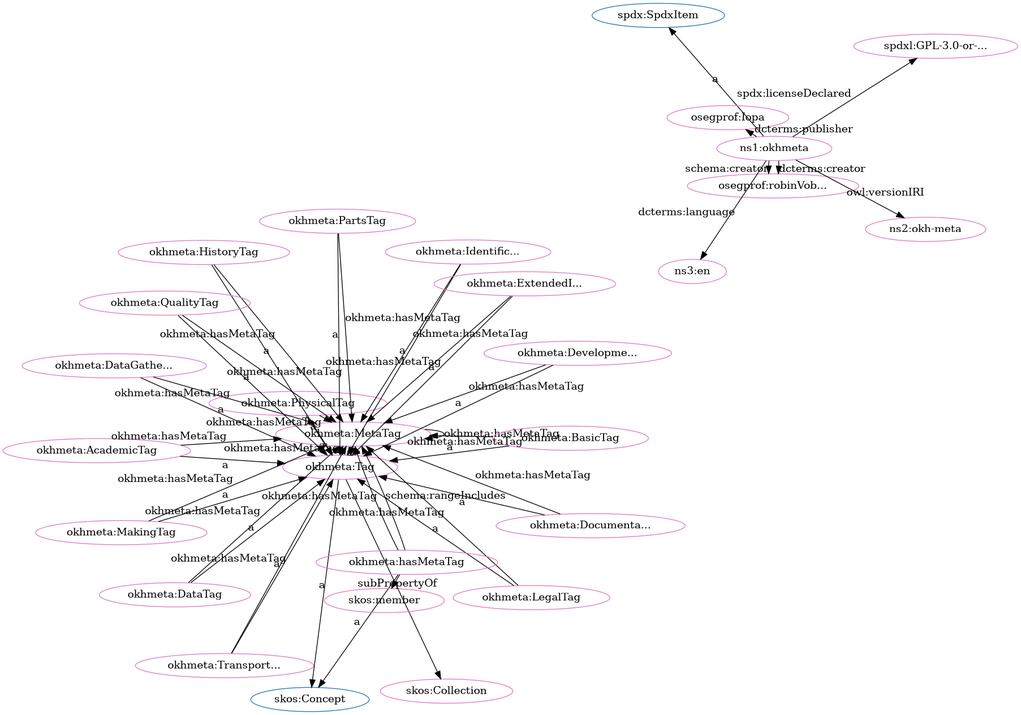
Above: src/spec/dot_okh-meta-clean.png in iop-alliance/OpenKnowHow (Graphviz), before the change. Its source is kept beside it as src/spec/dot_okh-meta-clean.dot.
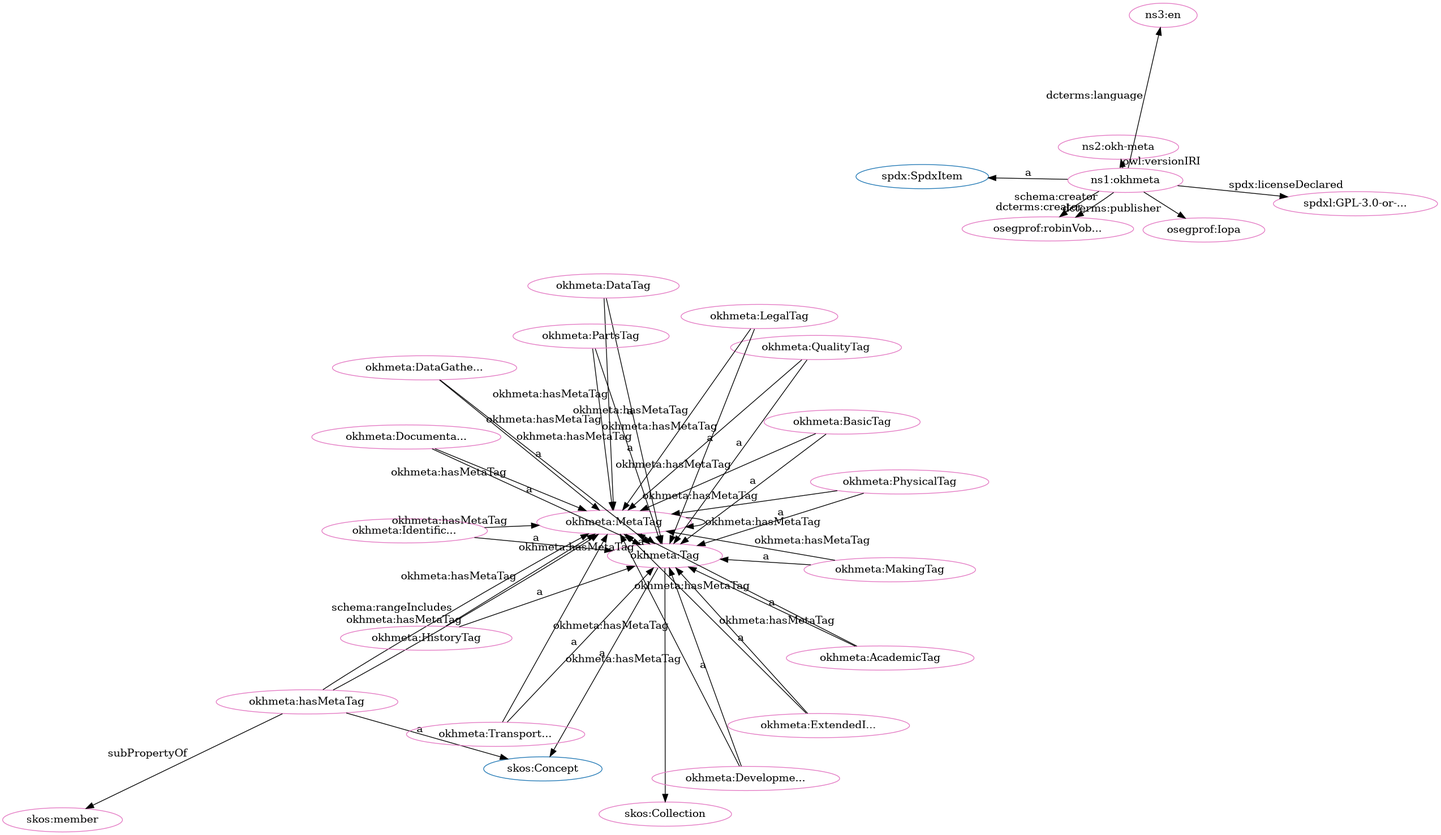
After the change.

Diff of the diagram source:
```diff
@@ -1,81 +1,81 @@
 digraph G {
   rankdir=BT
   node[height=.3]
+"http://spdx.org/rdf/terms#SpdxItem" [fillcolor="#1f77b4" color="#1f77b4" label="spdx:SpdxItem"]
+"http://www.w3.org/2004/02/skos/core#Collection" [fillcolor="#1f77b4" color="#1f77b4" label="skos:Collection"]
+"http://w3id.org/oseg/ont/okhmeta#Tag" [fillcolor="#1f77b4" color="#1f77b4" label="okhmeta:Tag"]
 "http://www.w3.org/2004/02/skos/core#Concept" [fillcolor="#1f77b4" color="#1f77b4" label="skos:Concept"]
-"http://spdx.org/rdf/terms#SpdxItem" [fillcolor="#1f77b4" color="#1f77b4" label="spdx:SpdxItem"]
-"http://w3id.org/oseg/ont/okhmeta#Tag" [fillcolor="#1f77b4" color="#1f77b4" label="okhmeta:Tag"]
-"http://www.w3.org/2004/02/skos/core#Collection" [fillcolor="#1f77b4" color="#1f77b4" label="skos:Collection"]
 "http://w3id.org/oseg/ont/okhmeta#MetaTag" [fillcolor="#1f77b4" color="#1f77b4" label="okhmeta:MetaTag"]
+"http://w3id.org/oseg/ont/okhmeta#MetaTag" [fillcolor="#e377c2" color="#e377c2" label="okhmeta:MetaTag"]
+"http://w3id.org/oseg/ont/oseg-profiles#Iopa" [fillcolor="#e377c2" color="#e377c2" label="osegprof:Iopa"]
+"http://w3id.org/oseg/ont/okhmeta" [fillcolor="#e377c2" color="#e377c2" label="ns1:okhmeta"]
+"http://w3id.org/oseg/ont/okhmeta#DataGatheringTag" [fillcolor="#e377c2" color="#e377c2" label="okhmeta:DataGathe..."]
+"http://w3id.org/oseg/ont/okhmeta#QualityTag" [fillcolor="#e377c2" color="#e377c2" label="okhmeta:QualityTag"]
+"http://w3id.org/oseg/ont/okhmeta#DevelopmentTag" [fillcolor="#e377c2" color="#e377c2" label="okhmeta:Developme..."]
+"http://w3id.org/oseg/ont/okhmeta#hasMetaTag" [fillcolor="#e377c2" color="#e377c2" label="okhmeta:hasMetaTag"]
+"http://w3id.org/oseg/ont/okhmeta#TransportationTag" [fillcolor="#e377c2" color="#e377c2" label="okhmeta:Transport..."]
+"http://w3id.org/oseg/ont/1.1.0/okh-meta" [fillcolor="#e377c2" color="#e377c2" label="ns2:okh-meta"]
 "http://spdx.org/licenses/GPL-3.0-or-later" [fillcolor="#e377c2" color="#e377c2" label="spdxl:GPL-3.0-or-..."]
-"http://w3id.org/oseg/ont/okhmeta#DevelopmentTag" [fillcolor="#e377c2" color="#e377c2" label="okhmeta:Developme..."]
+"http://w3id.org/oseg/ont/okhmeta#ExtendedInfoTag" [fillcolor="#e377c2" color="#e377c2" label="okhmeta:ExtendedI..."]
+"http://w3id.org/oseg/ont/okhmeta#Tag" [fillcolor="#e377c2" color="#e377c2" label="okhmeta:Tag"]
+"http://id.loc.gov/vocabulary/iso639-1/en" [fillcolor="#e377c2" color="#e377c2" label="ns3:en"]
 "http://w3id.org/oseg/ont/oseg-profiles#robinVobruba" [fillcolor="#e377c2" color="#e377c2" label="osegprof:robinVob..."]
-"http://w3id.org/oseg/ont/okhmeta#MetaTag" [fillcolor="#e377c2" color="#e377c2" label="okhmeta:MetaTag"]
-"http://w3id.org/oseg/ont/okhmeta" [fillcolor="#e377c2" color="#e377c2" label="ns1:okhmeta"]
+"http://w3id.org/oseg/ont/okhmeta#DocumentationTag" [fillcolor="#e377c2" color="#e377c2" label="okhmeta:Documenta..."]
+"http://www.w3.org/2004/02/skos/core#member" [fillcolor="#e377c2" color="#e377c2" label="skos:member"]
+"http://w3id.org/oseg/ont/okhmeta#DataTag" [fillcolor="#e377c2" color="#e377c2" label="okhmeta:DataTag"]
 "http://w3id.org/oseg/ont/okhmeta#PhysicalTag" [fillcolor="#e377c2" color="#e377c2" label="okhmeta:PhysicalTag"]
+"http://w3id.org/oseg/ont/okhmeta#BasicTag" [fillcolor="#e377c2" color="#e377c2" label="okhmeta:BasicTag"]
+"http://w3id.org/oseg/ont/okhmeta#AcademicTag" [fillcolor="#e377c2" color="#e377c2" label="okhmeta:AcademicTag"]
+"http://w3id.org/oseg/ont/okhmeta#IdentificationTag" [fillcolor="#e377c2" color="#e377c2" label="okhmeta:Identific..."]
+"http://w3id.org/oseg/ont/okhmeta#LegalTag" [fillcolor="#e377c2" color="#e377c2" label="okhmeta:LegalTag"]
+"http://w3id.org/oseg/ont/okhmeta#HistoryTag" [fillcolor="#e377c2" color="#e377c2" label="okhmeta:HistoryTag"]
+"http://w3id.org/oseg/ont/okhmeta#PartsTag" [fillcolor="#e377c2" color="#e377c2" label="okhmeta:PartsTag"]
 "http://w3id.org/oseg/ont/okhmeta#MakingTag" [fillcolor="#e377c2" color="#e377c2" label="okhmeta:MakingTag"]
-"http://w3id.org/oseg/ont/okhmeta#PartsTag" [fillcolor="#e377c2" color="#e377c2" label="okhmeta:PartsTag"]
-"http://w3id.org/oseg/ont/okhmeta#TransportationTag" [fillcolor="#e377c2" color="#e377c2" label="okhmeta:Transport..."]
-"http://w3id.org/oseg/ont/okhmeta#Tag" [fillcolor="#e377c2" color="#e377c2" label="okhmeta:Tag"]
-"http://w3id.org/oseg/ont/okhmeta#LegalTag" [fillcolor="#e377c2" color="#e377c2" label="okhmeta:LegalTag"]
-"http://w3id.org/oseg/ont/okhmeta#hasMetaTag" [fillcolor="#e377c2" color="#e377c2" label="okhmeta:hasMetaTag"]
-"http://w3id.org/oseg/ont/okhmeta#AcademicTag" [fillcolor="#e377c2" color="#e377c2" label="okhmeta:AcademicTag"]
-"http://w3id.org/oseg/ont/okhmeta#BasicTag" [fillcolor="#e377c2" color="#e377c2" label="okhmeta:BasicTag"]
-"http://w3id.org/oseg/ont/okhmeta#IdentificationTag" [fillcolor="#e377c2" color="#e377c2" label="okhmeta:Identific..."]
-"http://w3id.org/oseg/ont/okhmeta#ExtendedInfoTag" [fillcolor="#e377c2" color="#e377c2" label="okhmeta:ExtendedI..."]
-"http://www.w3.org/2004/02/skos/core#member" [fillcolor="#e377c2" color="#e377c2" label="skos:member"]
-"http://w3id.org/oseg/ont/okhmeta#DocumentationTag" [fillcolor="#e377c2" color="#e377c2" label="okhmeta:Documenta..."]
-"http://w3id.org/oseg/ont/okhmeta#DataGatheringTag" [fillcolor="#e377c2" color="#e377c2" label="okhmeta:DataGathe..."]
-"http://w3id.org/oseg/ont/1.1.0/okh-meta" [fillcolor="#e377c2" color="#e377c2" label="ns2:okh-meta"]
-"http://w3id.org/oseg/ont/okhmeta#HistoryTag" [fillcolor="#e377c2" color="#e377c2" label="okhmeta:HistoryTag"]
-"http://w3id.org/oseg/ont/oseg-profiles#Iopa" [fillcolor="#e377c2" color="#e377c2" label="osegprof:Iopa"]
-"http://id.loc.gov/vocabulary/iso639-1/en" [fillcolor="#e377c2" color="#e377c2" label="ns3:en"]
-"http://w3id.org/oseg/ont/okhmeta#QualityTag" [fillcolor="#e377c2" color="#e377c2" label="okhmeta:QualityTag"]
 "http://www.w3.org/2004/02/skos/core#Collection" [fillcolor="#e377c2" color="#e377c2" label="skos:Collection"]
-"http://w3id.org/oseg/ont/okhmeta#DataTag" [fillcolor="#e377c2" color="#e377c2" label="okhmeta:DataTag"]
+  "http://w3id.org/oseg/ont/okhmeta#PhysicalTag" -> "http://w3id.org/oseg/ont/okhmeta#MetaTag" [label="okhmeta:hasMetaTag"]
+  "http://w3id.org/oseg/ont/okhmeta" -> "http://w3id.org/oseg/ont/oseg-profiles#Iopa" [label="dcterms:publisher"]
+  "http://w3id.org/oseg/ont/okhmeta#QualityTag" -> "http://w3id.org/oseg/ont/okhmeta#MetaTag" [label="okhmeta:hasMetaTag"]
+  "http://w3id.org/oseg/ont/okhmeta#QualityTag" -> "http://w3id.org/oseg/ont/okhmeta#Tag" [label="a"]
+  "http://w3id.org/oseg/ont/okhmeta#BasicTag" -> "http://w3id.org/oseg/ont/okhmeta#MetaTag" [label="okhmeta:hasMetaTag"]
+  "http://w3id.org/oseg/ont/okhmeta#DataGatheringTag" -> "http://w3id.org/oseg/ont/okhmeta#MetaTag" [label="okhmeta:hasMetaTag"]
+  "http://w3id.org/oseg/ont/okhmeta#DataGatheringTag" -> "http://w3id.org/oseg/ont/okhmeta#Tag" [label="a"]
+  "http://w3id.org/oseg/ont/okhmeta#DevelopmentTag" -> "http://w3id.org/oseg/ont/okhmeta#Tag" [label="a"]
+  "http://w3id.org/oseg/ont/okhmeta" -> "http://w3id.org/oseg/ont/1.1.0/okh-meta" [label="owl:versionIRI"]
+  "http://w3id.org/oseg/ont/okhmeta" -> "http://spdx.org/licenses/GPL-3.0-or-later" [label="spdx:licenseDeclared"]
+  "http://w3id.org/oseg/ont/okhmeta#hasMetaTag" -> "http://www.w3.org/2004/02/skos/core#Concept" [label="a"]
+  "http://w3id.org/oseg/ont/okhmeta#Tag" -> "http://www.w3.org/2004/02/skos/core#Concept" [label="a"]
+  "http://w3id.org/oseg/ont/okhmeta#DocumentationTag" -> "http://w3id.org/oseg/ont/okhmeta#MetaTag" [label="okhmeta:hasMetaTag"]
+  "http://w3id.org/oseg/ont/okhmeta#DocumentationTag" -> "http://w3id.org/oseg/ont/okhmeta#Tag" [label="a"]
+  "http://w3id.org/oseg/ont/okhmeta#DataTag" -> "http://w3id.org/oseg/ont/okhmeta#MetaTag" [label="okhmeta:hasMetaTag"]
+  "http://w3id.org/oseg/ont/okhmeta#MakingTag" -> "http://w3id.org/oseg/ont/okhmeta#MetaTag" [label="okhmeta:hasMetaTag"]
+  "http://w3id.org/oseg/ont/okhmeta#AcademicTag" -> "http://w3id.org/oseg/ont/okhmeta#MetaTag" [label="okhmeta:hasMetaTag"]
+  "http://w3id.org/oseg/ont/okhmeta#AcademicTag" -> "http://w3id.org/oseg/ont/okhmeta#Tag" [label="a"]
+  "http://w3id.org/oseg/ont/okhmeta#IdentificationTag" -> "http://w3id.org/oseg/ont/okhmeta#MetaTag" [label="okhmeta:hasMetaTag"]
+  "http://w3id.org/oseg/ont/okhmeta#IdentificationTag" -> "http://w3id.org/oseg/ont/okhmeta#Tag" [label="a"]
+  "http://w3id.org/oseg/ont/okhmeta#DevelopmentTag" -> "http://w3id.org/oseg/ont/okhmeta#MetaTag" [label="okhmeta:hasMetaTag"]
+  "http://w3id.org/oseg/ont/okhmeta#Tag" -> "http://w3id.org/oseg/ont/okhmeta#MetaTag" [label="okhmeta:hasMetaTag"]
+  "http://w3id.org/oseg/ont/okhmeta#PartsTag" -> "http://w3id.org/oseg/ont/okhmeta#MetaTag" [label="okhmeta:hasMetaTag"]
+  "http://w3id.org/oseg/ont/okhmeta#PartsTag" -> "http://w3id.org/oseg/ont/okhmeta#Tag" [label="a"]
+  "http://w3id.org/oseg/ont/okhmeta#MakingTag" -> "http://w3id.org/oseg/ont/okhmeta#Tag" [label="a"]
+  "http://w3id.org/oseg/ont/okhmeta#MetaTag" -> "http://w3id.org/oseg/ont/okhmeta#MetaTag" [label="okhmeta:hasMetaTag"]
   "http://w3id.org/oseg/ont/okhmeta#TransportationTag" -> "http://w3id.org/oseg/ont/okhmeta#MetaTag" [label="okhmeta:hasMetaTag"]
-  "http://w3id.org/oseg/ont/okhmeta#hasMetaTag" -> "http://w3id.org/oseg/ont/okhmeta#MetaTag" [label="okhmeta:hasMetaTag"]
-  "http://w3id.org/oseg/ont/okhmeta#hasMetaTag" -> "http://w3id.org/oseg/ont/okhmeta#MetaTag" [label="schema:rangeIncludes"]
-  "http://w3id.org/oseg/ont/okhmeta#LegalTag" -> "http://w3id.org/oseg/ont/okhmeta#MetaTag" [label="okhmeta:hasMetaTag"]
-  "http://w3id.org/oseg/ont/okhmeta" -> "http://w3id.org/oseg/ont/oseg-profiles#robinVobruba" [label="dcterms:creator"]
-  "http://w3id.org/oseg/ont/okhmeta#MakingTag" -> "http://w3id.org/oseg/ont/okhmeta#Tag" [label="a"]
-  "http://w3id.org/oseg/ont/okhmeta#DevelopmentTag" -> "http://w3id.org/oseg/ont/okhmeta#MetaTag" [label="okhmeta:hasMetaTag"]
-  "http://w3id.org/oseg/ont/okhmeta#DataTag" -> "http://w3id.org/oseg/ont/okhmeta#MetaTag" [label="okhmeta:hasMetaTag"]
-  "http://w3id.org/oseg/ont/okhmeta#PartsTag" -> "http://w3id.org/oseg/ont/okhmeta#Tag" [label="a"]
   "http://w3id.org/oseg/ont/okhmeta#TransportationTag" -> "http://w3id.org/oseg/ont/okhmeta#Tag" [label="a"]
-  "http://w3id.org/oseg/ont/okhmeta#Tag" -> "http://www.w3.org/2004/02/skos/core#Concept" [label="a"]
-  "http://w3id.org/oseg/ont/okhmeta#BasicTag" -> "http://w3id.org/oseg/ont/okhmeta#MetaTag" [label="okhmeta:hasMetaTag"]
-  "http://w3id.org/oseg/ont/okhmeta#IdentificationTag" -> "http://w3id.org/oseg/ont/okhmeta#MetaTag" [label="okhmeta:hasMetaTag"]
-  "http://w3id.org/oseg/ont/okhmeta#Tag" -> "http://w3id.org/oseg/ont/okhmeta#MetaTag" [label="okhmeta:hasMetaTag"]
-  "http://w3id.org/oseg/ont/okhmeta#LegalTag" -> "http://w3id.org/oseg/ont/okhmeta#Tag" [label="a"]
-  "http://w3id.org/oseg/ont/okhmeta#AcademicTag" -> "http://w3id.org/oseg/ont/okhmeta#Tag" [label="a"]
-  "http://w3id.org/oseg/ont/okhmeta#BasicTag" -> "http://w3id.org/oseg/ont/okhmeta#Tag" [label="a"]
-  "http://w3id.org/oseg/ont/okhmeta#IdentificationTag" -> "http://w3id.org/oseg/ont/okhmeta#Tag" [label="a"]
-  "http://w3id.org/oseg/ont/okhmeta#PartsTag" -> "http://w3id.org/oseg/ont/okhmeta#MetaTag" [label="okhmeta:hasMetaTag"]
-  "http://w3id.org/oseg/ont/okhmeta#QualityTag" -> "http://w3id.org/oseg/ont/okhmeta#MetaTag" [label="okhmeta:hasMetaTag"]
   "http://w3id.org/oseg/ont/okhmeta#ExtendedInfoTag" -> "http://w3id.org/oseg/ont/okhmeta#Tag" [label="a"]
-  "http://w3id.org/oseg/ont/okhmeta#hasMetaTag" -> "http://www.w3.org/2004/02/skos/core#member" [label="subPropertyOf"]
-  "http://w3id.org/oseg/ont/okhmeta#MetaTag" -> "http://w3id.org/oseg/ont/okhmeta#Tag" [label="a"]
-  "http://w3id.org/oseg/ont/okhmeta#AcademicTag" -> "http://w3id.org/oseg/ont/okhmeta#MetaTag" [label="okhmeta:hasMetaTag"]
   "http://w3id.org/oseg/ont/okhmeta" -> "http://id.loc.gov/vocabulary/iso639-1/en" [label="dcterms:language"]
-  "http://w3id.org/oseg/ont/okhmeta#QualityTag" -> "http://w3id.org/oseg/ont/okhmeta#Tag" [label="a"]
-  "http://w3id.org/oseg/ont/okhmeta#Tag" -> "http://www.w3.org/2004/02/skos/core#Collection" [label=""]
-  "http://w3id.org/oseg/ont/okhmeta#PhysicalTag" -> "http://w3id.org/oseg/ont/okhmeta#MetaTag" [label="okhmeta:hasMetaTag"]
-  "http://w3id.org/oseg/ont/okhmeta" -> "http://spdx.org/licenses/GPL-3.0-or-later" [label="spdx:licenseDeclared"]
-  "http://w3id.org/oseg/ont/okhmeta#DevelopmentTag" -> "http://w3id.org/oseg/ont/okhmeta#Tag" [label="a"]
   "http://w3id.org/oseg/ont/okhmeta" -> "http://w3id.org/oseg/ont/oseg-profiles#robinVobruba" [label="schema:creator"]
   "http://w3id.org/oseg/ont/okhmeta#ExtendedInfoTag" -> "http://w3id.org/oseg/ont/okhmeta#MetaTag" [label="okhmeta:hasMetaTag"]
-  "http://w3id.org/oseg/ont/okhmeta#MetaTag" -> "http://w3id.org/oseg/ont/okhmeta#MetaTag" [label="okhmeta:hasMetaTag"]
+  "http://w3id.org/oseg/ont/okhmeta#hasMetaTag" -> "http://www.w3.org/2004/02/skos/core#member" [label="subPropertyOf"]
+  "http://w3id.org/oseg/ont/okhmeta#DataTag" -> "http://w3id.org/oseg/ont/okhmeta#Tag" [label="a"]
+  "http://w3id.org/oseg/ont/okhmeta#PhysicalTag" -> "http://w3id.org/oseg/ont/okhmeta#Tag" [label="a"]
+  "http://w3id.org/oseg/ont/okhmeta#BasicTag" -> "http://w3id.org/oseg/ont/okhmeta#Tag" [label="a"]
+  "http://w3id.org/oseg/ont/okhmeta#hasMetaTag" -> "http://w3id.org/oseg/ont/okhmeta#MetaTag" [label="schema:rangeIncludes"]
+  "http://w3id.org/oseg/ont/okhmeta" -> "http://w3id.org/oseg/ont/oseg-profiles#robinVobruba" [label="dcterms:creator"]
+  "http://w3id.org/oseg/ont/okhmeta#LegalTag" -> "http://w3id.org/oseg/ont/okhmeta#Tag" [label="a"]
+  "http://w3id.org/oseg/ont/okhmeta#MetaTag" -> "http://w3id.org/oseg/ont/okhmeta#Tag" [label="a"]
+  "http://w3id.org/oseg/ont/okhmeta#hasMetaTag" -> "http://w3id.org/oseg/ont/okhmeta#MetaTag" [label="okhmeta:hasMetaTag"]
+  "http://w3id.org/oseg/ont/okhmeta#HistoryTag" -> "http://w3id.org/oseg/ont/okhmeta#MetaTag" [label="okhmeta:hasMetaTag"]
+  "http://w3id.org/oseg/ont/okhmeta#HistoryTag" -> "http://w3id.org/oseg/ont/okhmeta#Tag" [label="a"]
   "http://w3id.org/oseg/ont/okhmeta" -> "http://spdx.org/rdf/terms#SpdxItem" [label="a"]
-  "http://w3id.org/oseg/ont/okhmeta#PhysicalTag" -> "http://w3id.org/oseg/ont/okhmeta#Tag" [label="a"]
-  "http://w3id.org/oseg/ont/okhmeta#MakingTag" -> "http://w3id.org/oseg/ont/okhmeta#MetaTag" [label="okhmeta:hasMetaTag"]
-  "http://w3id.org/oseg/ont/okhmeta#DocumentationTag" -> "http://w3id.org/oseg/ont/okhmeta#MetaTag" [label="okhmeta:hasMetaTag"]
-  "http://w3id.org/oseg/ont/okhmeta#DataGatheringTag" -> "http://w3id.org/oseg/ont/okhmeta#MetaTag" [label="okhmeta:hasMetaTag"]
-  "http://w3id.org/oseg/ont/okhmeta#HistoryTag" -> "http://w3id.org/oseg/ont/okhmeta#MetaTag" [label="okhmeta:hasMetaTag"]
-  "http://w3id.org/oseg/ont/okhmeta#DocumentationTag" -> "http://w3id.org/oseg/ont/okhmeta#Tag" [label="a"]
-  "http://w3id.org/oseg/ont/okhmeta#DataGatheringTag" -> "http://w3id.org/oseg/ont/okhmeta#Tag" [label="a"]
-  "http://w3id.org/oseg/ont/okhmeta" -> "http://w3id.org/oseg/ont/1.1.0/okh-meta" [label="owl:versionIRI"]
-  "http://w3id.org/oseg/ont/okhmeta#HistoryTag" -> "http://w3id.org/oseg/ont/okhmeta#Tag" [label="a"]
-  "http://w3id.org/oseg/ont/okhmeta" -> "http://w3id.org/oseg/ont/oseg-profiles#Iopa" [label="dcterms:publisher"]
-  "http://w3id.org/oseg/ont/okhmeta#DataTag" -> "http://w3id.org/oseg/ont/okhmeta#Tag" [label="a"]
-  "http://w3id.org/oseg/ont/okhmeta#hasMetaTag" -> "http://www.w3.org/2004/02/skos/core#Concept" [label="a"]
+  "http://w3id.org/oseg/ont/okhmeta#LegalTag" -> "http://w3id.org/oseg/ont/okhmeta#MetaTag" [label="okhmeta:hasMetaTag"]
+  "http://w3id.org/oseg/ont/okhmeta#Tag" -> "http://www.w3.org/2004/02/skos/core#Collection" [label=""]
 }
```
